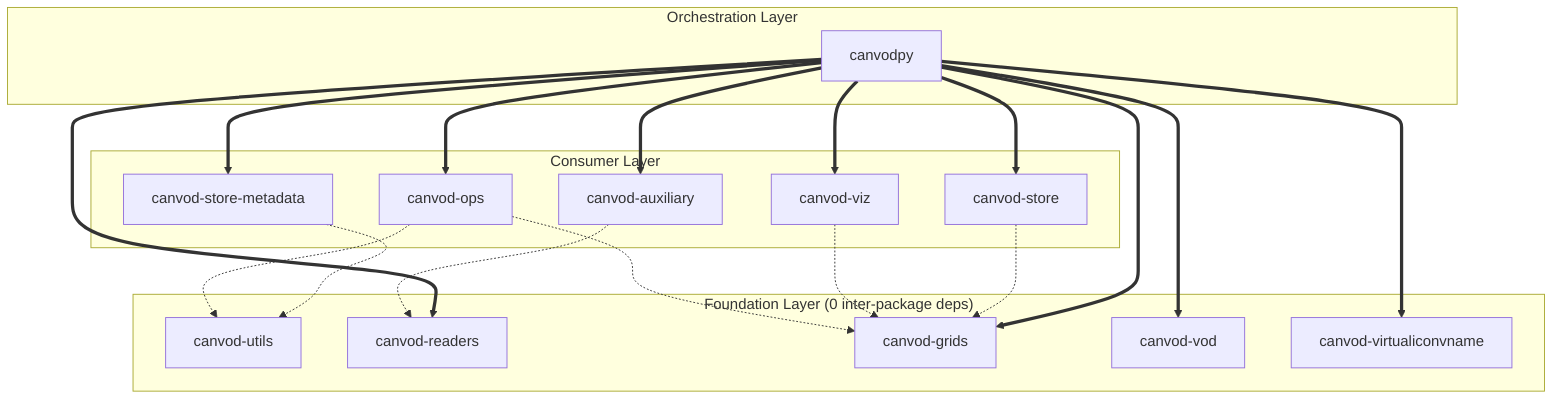
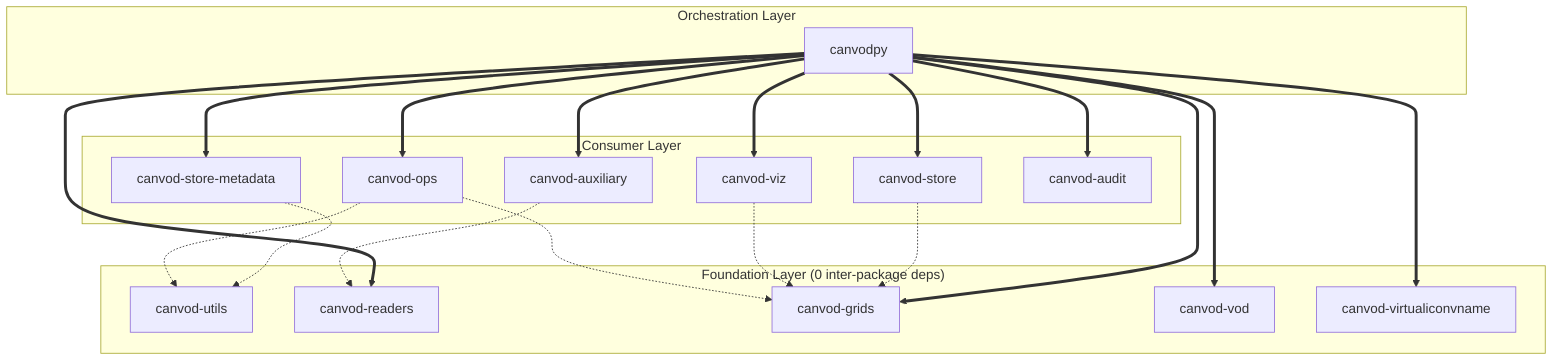
graph TD
    subgraph Foundation["Foundation Layer (0 inter-package deps)"]
        Utils["canvod-utils"]
        Readers["canvod-readers"]
        Grids["canvod-grids"]
        VOD["canvod-vod"]
        NAMING["canvod-virtualiconvname"]
    end

    subgraph Consumers["Consumer Layer"]
        Aux["canvod-auxiliary"]
        Store["canvod-store"]
        StoreMeta["canvod-store-metadata"]
        Viz["canvod-viz"]
        OPS["canvod-ops"]
+         Audit["canvod-audit"]
    end

    subgraph Orchestration["Orchestration Layer"]
        Canvodpy["canvodpy"]
    end

    Canvodpy ==> Readers
    Canvodpy ==> Aux
    Canvodpy ==> Store
    Canvodpy ==> VOD
    Canvodpy ==> Grids
    Canvodpy ==> Viz
    Canvodpy ==> OPS
    Canvodpy ==> NAMING
    Canvodpy ==> StoreMeta
+     Canvodpy ==> Audit

    Aux -.-> Readers
    Store -.-> Grids
    StoreMeta -.-> Utils
    Viz -.-> Grids
    OPS -.-> Grids
    OPS -.-> Utils
